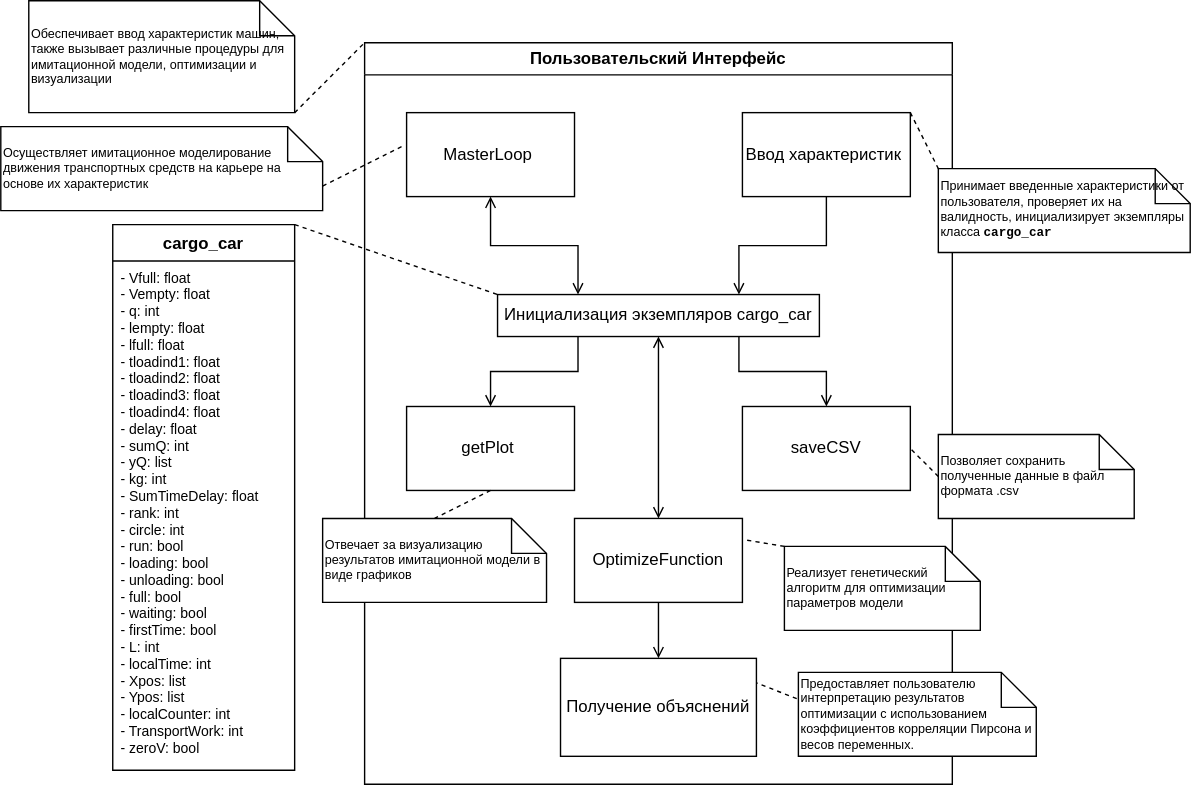
Before: схема.svg, a diagram exported from draw.io (alexzandermatveev/The_mine). Source tidied: cells renumbered, new cells last; positions are measured from the earlier drawing's top-left corner, leaving out a move shared by most shapes. Source of this version:
```xml
<mxGraphModel>
  <root>
    <mxCell id="0" />
    <mxCell id="1" parent="0" />
    <mxCell id="2" value="Пользовательский Интерфейс" style="swimlane;whiteSpace=wrap;html=1;" parent="1" vertex="1">
      <mxGeometry x="260" y="30" width="420" height="530" as="geometry" />
    </mxCell>
    <mxCell id="3" value="Ввод характеристик&amp;nbsp;" style="rounded=0;whiteSpace=wrap;html=1;" parent="2" vertex="1">
      <mxGeometry x="270" y="50" width="120" height="60" as="geometry" />
    </mxCell>
    <mxCell id="4" value="MasterLoop&amp;nbsp;" style="rounded=0;whiteSpace=wrap;html=1;" parent="2" vertex="1">
      <mxGeometry x="30" y="50" width="120" height="60" as="geometry" />
    </mxCell>
    <mxCell id="5" value="getPlot&amp;nbsp;" style="rounded=0;whiteSpace=wrap;html=1;" parent="2" vertex="1">
      <mxGeometry x="30" y="260" width="120" height="60" as="geometry" />
    </mxCell>
    <mxCell id="6" value="saveCSV" style="rounded=0;whiteSpace=wrap;html=1;" parent="2" vertex="1">
      <mxGeometry x="270" y="260" width="120" height="60" as="geometry" />
    </mxCell>
    <mxCell id="7" style="edgeStyle=orthogonalEdgeStyle;shape=connector;rounded=0;jettySize=auto;html=1;labelBackgroundColor=default;strokeColor=default;align=center;verticalAlign=middle;fontFamily=Helvetica;fontSize=11;fontColor=default;endArrow=open;endFill=0;" parent="2" edge="1" source="8" target="9">
      <mxGeometry relative="1" as="geometry" />
    </mxCell>
    <mxCell id="8" value="OptimizeFunction" style="rounded=0;whiteSpace=wrap;html=1;" parent="2" vertex="1">
      <mxGeometry x="150" y="340" width="120" height="60" as="geometry" />
    </mxCell>
    <mxCell id="9" value="Получение объяснений" style="rounded=0;whiteSpace=wrap;html=1;" parent="2" vertex="1">
      <mxGeometry x="140" y="440" width="140" height="70" as="geometry" />
    </mxCell>
    <mxCell id="10" value="Отвечает за визуализацию результатов имитационной модели в виде графиков" style="shape=note2;boundedLbl=1;whiteSpace=wrap;html=1;size=25;verticalAlign=middle;align=left;fontFamily=Helvetica;fontSize=9;fontColor=default;" parent="2" vertex="1">
      <mxGeometry x="-30" y="340" width="160" height="60" as="geometry" />
    </mxCell>
    <mxCell id="11" style="endArrow=none;dashed=1;html=1;rounded=0;labelBackgroundColor=default;strokeColor=default;align=center;verticalAlign=middle;fontFamily=Helvetica;fontSize=11;fontColor=default;shape=connector;entryX=0.5;entryY=0;entryDx=0;entryDy=0;exitX=0.5;exitY=1;exitDx=0;exitDy=0;entryPerimeter=0;" parent="2" edge="1" source="5" target="10">
      <mxGeometry relative="1" as="geometry" />
    </mxCell>
    <mxCell id="12" value="Реализует генетический алгоритм для оптимизации параметров модели" style="shape=note2;boundedLbl=1;whiteSpace=wrap;html=1;size=25;verticalAlign=middle;align=left;fontFamily=Helvetica;fontSize=9;fontColor=default;" parent="2" vertex="1">
      <mxGeometry x="300" y="360" width="140" height="60" as="geometry" />
    </mxCell>
    <mxCell id="13" style="endArrow=none;dashed=1;html=1;rounded=0;labelBackgroundColor=default;strokeColor=default;align=center;verticalAlign=middle;fontFamily=Helvetica;fontSize=11;fontColor=default;shape=connector;entryX=1;entryY=0.25;entryDx=0;entryDy=0;exitX=0;exitY=0;exitDx=0;exitDy=0;exitPerimeter=0;" parent="2" edge="1" source="12" target="8">
      <mxGeometry relative="1" as="geometry" />
    </mxCell>
    <mxCell id="14" value="Предоставляет пользователю интерпретацию результатов оптимизации с использованием коэффициентов корреляции Пирсона и весов переменных." style="shape=note2;boundedLbl=1;whiteSpace=wrap;html=1;size=25;verticalAlign=middle;align=left;fontFamily=Helvetica;fontSize=9;fontColor=default;" parent="2" vertex="1">
      <mxGeometry x="310" y="450" width="170" height="60" as="geometry" />
    </mxCell>
    <mxCell id="15" style="endArrow=none;dashed=1;html=1;rounded=0;labelBackgroundColor=default;strokeColor=default;align=center;verticalAlign=middle;fontFamily=Helvetica;fontSize=11;fontColor=default;shape=connector;entryX=1;entryY=0.25;entryDx=0;entryDy=0;exitX=-0.007;exitY=0.313;exitDx=0;exitDy=0;exitPerimeter=0;" parent="2" edge="1" source="14" target="9">
      <mxGeometry relative="1" as="geometry" />
    </mxCell>
    <mxCell id="16" value="Позволяет сохранить полученные данные в файл формата .csv" style="shape=note2;boundedLbl=1;whiteSpace=wrap;html=1;size=25;verticalAlign=middle;align=left;fontFamily=Helvetica;fontSize=9;fontColor=default;" parent="2" vertex="1">
      <mxGeometry x="410" y="280" width="140" height="60" as="geometry" />
    </mxCell>
    <mxCell id="17" style="endArrow=none;dashed=1;html=1;rounded=0;labelBackgroundColor=default;strokeColor=default;align=center;verticalAlign=middle;fontFamily=Helvetica;fontSize=11;fontColor=default;shape=connector;entryX=1;entryY=0.5;entryDx=0;entryDy=0;exitX=0;exitY=0.5;exitDx=0;exitDy=0;exitPerimeter=0;" parent="2" edge="1" source="16" target="6">
      <mxGeometry relative="1" as="geometry" />
    </mxCell>
    <mxCell id="18" value="Принимает введенные характеристики от пользователя, проверяет их на валидность, инициализирует экземпляры класса &lt;code style=&quot;border: 0px solid rgb(217, 217, 227); box-sizing: border-box; --tw-border-spacing-x: 0; --tw-border-spacing-y: 0; --tw-translate-x: 0; --tw-translate-y: 0; --tw-rotate: 0; --tw-skew-x: 0; --tw-skew-y: 0; --tw-scale-x: 1; --tw-scale-y: 1; --tw-pan-x: ; --tw-pan-y: ; --tw-pinch-zoom: ; --tw-scroll-snap-strictness: proximity; --tw-gradient-from-position: ; --tw-gradient-via-position: ; --tw-gradient-to-position: ; --tw-ordinal: ; --tw-slashed-zero: ; --tw-numeric-figure: ; --tw-numeric-spacing: ; --tw-numeric-fraction: ; --tw-ring-inset: ; --tw-ring-offset-width: 0px; --tw-ring-offset-color: #fff; --tw-ring-color: rgba(69,89,164,.5); --tw-ring-offset-shadow: 0 0 transparent; --tw-ring-shadow: 0 0 transparent; --tw-shadow: 0 0 transparent; --tw-shadow-colored: 0 0 transparent; --tw-blur: ; --tw-brightness: ; --tw-contrast: ; --tw-grayscale: ; --tw-hue-rotate: ; --tw-invert: ; --tw-saturate: ; --tw-sepia: ; --tw-drop-shadow: ; --tw-backdrop-blur: ; --tw-backdrop-brightness: ; --tw-backdrop-contrast: ; --tw-backdrop-grayscale: ; --tw-backdrop-hue-rotate: ; --tw-backdrop-invert: ; --tw-backdrop-opacity: ; --tw-backdrop-saturate: ; --tw-backdrop-sepia: ; font-size: 9px; color: var(--tw-prose-code); font-weight: 600; font-family: &amp;quot;Söhne Mono&amp;quot;, Monaco, &amp;quot;Andale Mono&amp;quot;, &amp;quot;Ubuntu Mono&amp;quot;, monospace !important;&quot;&gt;cargo_car&lt;/code&gt;" style="shape=note2;boundedLbl=1;whiteSpace=wrap;html=1;size=25;verticalAlign=middle;align=left;fontFamily=Helvetica;fontSize=9;fontColor=default;" parent="2" vertex="1">
      <mxGeometry x="410" y="90" width="180" height="60" as="geometry" />
    </mxCell>
    <mxCell id="19" style="endArrow=none;dashed=1;html=1;rounded=0;labelBackgroundColor=default;strokeColor=default;align=center;verticalAlign=middle;fontFamily=Helvetica;fontSize=11;fontColor=default;shape=connector;entryX=0;entryY=0;entryDx=0;entryDy=0;exitX=1;exitY=0;exitDx=0;exitDy=0;entryPerimeter=0;" parent="2" edge="1" source="3" target="18">
      <mxGeometry relative="1" as="geometry" />
    </mxCell>
    <mxCell id="20" value="cargo_car" style="swimlane;fontStyle=1;align=center;verticalAlign=top;horizontal=1;startSize=26;whiteSpace=wrap;html=1;" parent="1" vertex="1">
      <mxGeometry x="80" y="160" width="130" height="390" as="geometry" />
    </mxCell>
    <mxCell id="21" value="&lt;div style=&quot;border-color: var(--border-color); font-size: 10px;&quot;&gt;- Vfull: float&lt;/div&gt;&lt;div style=&quot;border-color: var(--border-color); font-size: 10px;&quot;&gt;- Vempty: float&amp;nbsp; &amp;nbsp;&lt;/div&gt;&lt;div style=&quot;border-color: var(--border-color); font-size: 10px;&quot;&gt;- q: int&amp;nbsp; &amp;nbsp;&amp;nbsp;&lt;/div&gt;&lt;div style=&quot;border-color: var(--border-color); font-size: 10px;&quot;&gt;- lempty: float&amp;nbsp; &amp;nbsp;&lt;/div&gt;&lt;div style=&quot;border-color: var(--border-color); font-size: 10px;&quot;&gt;- lfull: float&amp;nbsp; &amp;nbsp;&amp;nbsp;&lt;/div&gt;&lt;div style=&quot;border-color: var(--border-color); font-size: 10px;&quot;&gt;- tloadind1: float&lt;/div&gt;&lt;div style=&quot;border-color: var(--border-color); font-size: 10px;&quot;&gt;- tloadind2: float&lt;/div&gt;&lt;div style=&quot;border-color: var(--border-color); font-size: 10px;&quot;&gt;- tloadind3: float&lt;/div&gt;&lt;div style=&quot;border-color: var(--border-color); font-size: 10px;&quot;&gt;- tloadind4: float&lt;/div&gt;&lt;div style=&quot;border-color: var(--border-color); font-size: 10px;&quot;&gt;- delay: float&amp;nbsp; &amp;nbsp;&amp;nbsp;&lt;/div&gt;&lt;div style=&quot;border-color: var(--border-color); font-size: 10px;&quot;&gt;- sumQ: int&amp;nbsp;&lt;/div&gt;&lt;div style=&quot;border-color: var(--border-color); font-size: 10px;&quot;&gt;- yQ: list&amp;nbsp;&amp;nbsp;&lt;/div&gt;&lt;div style=&quot;border-color: var(--border-color); font-size: 10px;&quot;&gt;- kg: int&amp;nbsp; &amp;nbsp;&lt;/div&gt;&lt;div style=&quot;border-color: var(--border-color); font-size: 10px;&quot;&gt;- SumTimeDelay: float&lt;/div&gt;&lt;div style=&quot;border-color: var(--border-color); font-size: 10px;&quot;&gt;- rank: int&amp;nbsp;&lt;/div&gt;&lt;div style=&quot;border-color: var(--border-color); font-size: 10px;&quot;&gt;- circle: int&amp;nbsp; &amp;nbsp; &amp;nbsp;&lt;/div&gt;&lt;div style=&quot;border-color: var(--border-color); font-size: 10px;&quot;&gt;- run: bool&amp;nbsp;&lt;/div&gt;&lt;div style=&quot;border-color: var(--border-color); font-size: 10px;&quot;&gt;- loading: bool&amp;nbsp; &amp;nbsp;&lt;/div&gt;&lt;div style=&quot;border-color: var(--border-color); font-size: 10px;&quot;&gt;- unloading: bool&amp;nbsp;&lt;/div&gt;&lt;div style=&quot;border-color: var(--border-color); font-size: 10px;&quot;&gt;- full: bool&lt;/div&gt;&lt;div style=&quot;border-color: var(--border-color); font-size: 10px;&quot;&gt;- waiting: bool&amp;nbsp;&lt;/div&gt;&lt;div style=&quot;border-color: var(--border-color); font-size: 10px;&quot;&gt;- firstTime: bool&lt;/div&gt;&lt;div style=&quot;border-color: var(--border-color); font-size: 10px;&quot;&gt;- L: int&lt;/div&gt;&lt;div style=&quot;border-color: var(--border-color); font-size: 10px;&quot;&gt;- localTime: int&lt;/div&gt;&lt;div style=&quot;border-color: var(--border-color); font-size: 10px;&quot;&gt;- Xpos: list&lt;/div&gt;&lt;div style=&quot;border-color: var(--border-color); font-size: 10px;&quot;&gt;- Ypos: list&lt;/div&gt;&lt;div style=&quot;border-color: var(--border-color); font-size: 10px;&quot;&gt;- localCounter: int&lt;/div&gt;&lt;div style=&quot;border-color: var(--border-color); font-size: 10px;&quot;&gt;- TransportWork: int&lt;/div&gt;&lt;div style=&quot;border-color: var(--border-color); font-size: 10px;&quot;&gt;- zeroV: bool&lt;/div&gt;" style="text;strokeColor=none;fillColor=none;align=left;verticalAlign=top;spacingLeft=4;spacingRight=4;overflow=hidden;whiteSpace=wrap;html=1;fontSize=10;" parent="20" vertex="1">
      <mxGeometry y="26" width="130" height="364" as="geometry" />
    </mxCell>
    <mxCell id="22" style="endArrow=none;dashed=1;html=1;rounded=0;labelBackgroundColor=default;strokeColor=default;align=center;verticalAlign=middle;fontFamily=Helvetica;fontSize=11;fontColor=default;shape=connector;entryX=0;entryY=0;entryDx=0;entryDy=0;exitX=1;exitY=0;exitDx=0;exitDy=0;" parent="1" edge="1" source="20" target="24">
      <mxGeometry relative="1" as="geometry" />
    </mxCell>
    <mxCell id="23" value="Обеспечивает ввод характеристик машин, также вызывает различные процедуры для имитационной модели, оптимизации и визуализации" style="shape=note2;boundedLbl=1;whiteSpace=wrap;html=1;size=25;verticalAlign=middle;align=left;fontFamily=Helvetica;fontSize=9;fontColor=default;" parent="1" vertex="1">
      <mxGeometry x="20" width="190" height="80" as="geometry" />
    </mxCell>
    <mxCell id="24" value="Инициализация экземпляров cargo_car" style="rounded=0;whiteSpace=wrap;html=1;" parent="1" vertex="1">
      <mxGeometry x="355" y="210" width="230" height="30" as="geometry" />
    </mxCell>
    <mxCell id="25" style="edgeStyle=orthogonalEdgeStyle;shape=connector;rounded=0;jettySize=auto;html=1;labelBackgroundColor=default;strokeColor=default;align=center;verticalAlign=middle;fontFamily=Helvetica;fontSize=11;fontColor=default;endArrow=open;endFill=0;entryX=0.5;entryY=0;entryDx=0;entryDy=0;exitX=0.75;exitY=1;exitDx=0;exitDy=0;" parent="1" edge="1" source="24" target="6">
      <mxGeometry relative="1" as="geometry" />
    </mxCell>
    <mxCell id="26" style="edgeStyle=orthogonalEdgeStyle;shape=connector;rounded=0;jettySize=auto;html=1;labelBackgroundColor=default;strokeColor=default;align=center;verticalAlign=middle;fontFamily=Helvetica;fontSize=11;fontColor=default;endArrow=open;endFill=0;entryX=0.5;entryY=0;entryDx=0;entryDy=0;exitX=0.25;exitY=1;exitDx=0;exitDy=0;" parent="1" edge="1" source="24" target="5">
      <mxGeometry relative="1" as="geometry" />
    </mxCell>
    <mxCell id="27" style="edgeStyle=orthogonalEdgeStyle;shape=connector;rounded=0;jettySize=auto;html=1;labelBackgroundColor=default;strokeColor=default;align=center;verticalAlign=middle;fontFamily=Helvetica;fontSize=11;fontColor=default;endArrow=open;endFill=0;entryX=0.25;entryY=0;entryDx=0;entryDy=0;startArrow=open;startFill=0;" parent="1" edge="1" source="4" target="24">
      <mxGeometry relative="1" as="geometry" />
    </mxCell>
    <mxCell id="28" style="edgeStyle=orthogonalEdgeStyle;rounded=0;jettySize=auto;html=1;entryX=0.75;entryY=0;entryDx=0;entryDy=0;endArrow=open;endFill=0;" parent="1" edge="1" source="3" target="24">
      <mxGeometry relative="1" as="geometry" />
    </mxCell>
    <mxCell id="29" style="edgeStyle=orthogonalEdgeStyle;shape=connector;rounded=0;jettySize=auto;html=1;labelBackgroundColor=default;strokeColor=default;align=center;verticalAlign=middle;fontFamily=Helvetica;fontSize=11;fontColor=default;endArrow=open;endFill=0;entryX=0.5;entryY=1;entryDx=0;entryDy=0;startArrow=open;startFill=0;" parent="1" edge="1" source="8" target="24">
      <mxGeometry relative="1" as="geometry" />
    </mxCell>
    <mxCell id="30" style="endArrow=none;dashed=1;html=1;rounded=0;labelBackgroundColor=default;strokeColor=default;align=center;verticalAlign=middle;fontFamily=Helvetica;fontSize=11;fontColor=default;shape=connector;entryX=0;entryY=0;entryDx=0;entryDy=0;exitX=1;exitY=1;exitDx=0;exitDy=0;exitPerimeter=0;" parent="1" edge="1" source="23" target="2">
      <mxGeometry relative="1" as="geometry" />
    </mxCell>
    <mxCell id="31" value="Осуществляет имитационное моделирование движения транспортных средств на карьере на основе их характеристик" style="shape=note2;boundedLbl=1;whiteSpace=wrap;html=1;size=25;verticalAlign=middle;align=left;fontFamily=Helvetica;fontSize=9;fontColor=default;" parent="1" vertex="1">
      <mxGeometry y="90" width="230" height="60" as="geometry" />
    </mxCell>
    <mxCell id="32" style="endArrow=none;dashed=1;html=1;rounded=0;labelBackgroundColor=default;strokeColor=default;align=center;verticalAlign=middle;fontFamily=Helvetica;fontSize=11;fontColor=default;shape=connector;entryX=-0.017;entryY=0.393;entryDx=0;entryDy=0;exitX=0;exitY=0;exitDx=230;exitDy=42.5;exitPerimeter=0;entryPerimeter=0;" parent="1" edge="1" source="31" target="4">
      <mxGeometry relative="1" as="geometry" />
    </mxCell>
  </root>
</mxGraphModel>
```
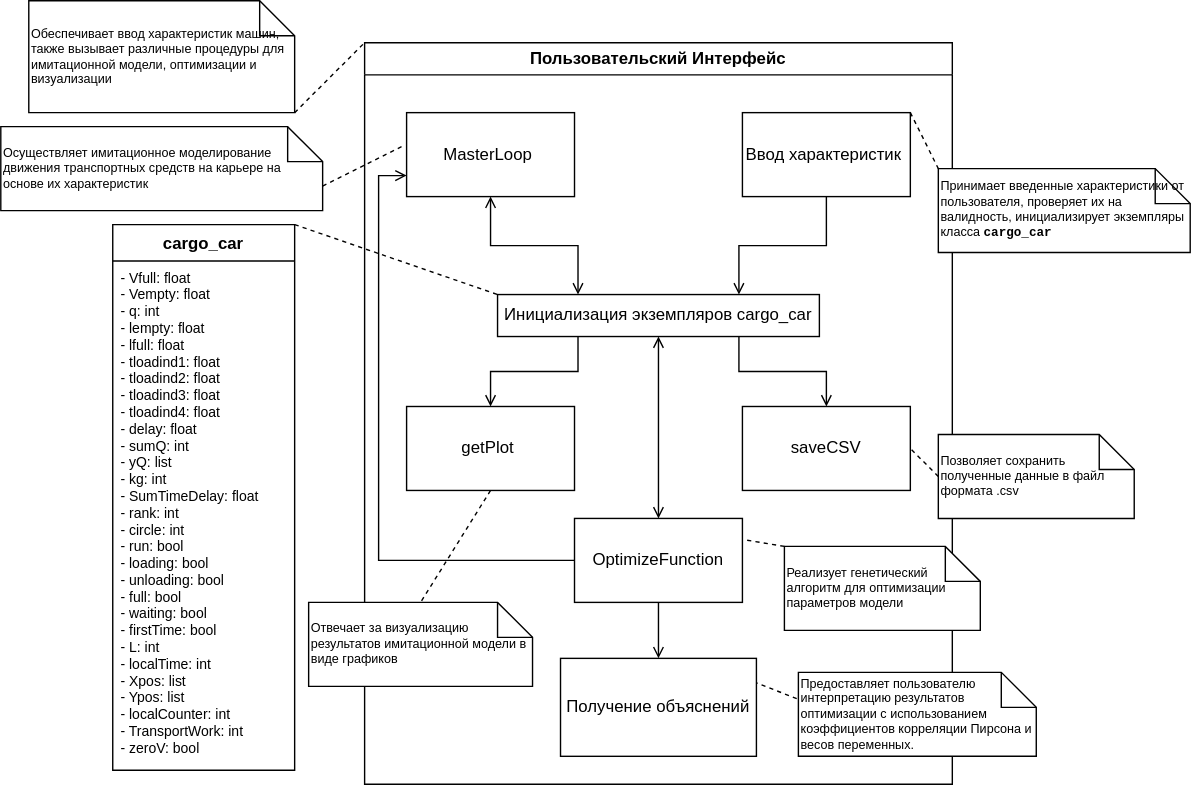
Later version of the same file.

Diff of the diagram source:
```diff
@@ -20,6 +20,9 @@
     <mxCell id="7" style="edgeStyle=orthogonalEdgeStyle;shape=connector;rounded=0;jettySize=auto;html=1;labelBackgroundColor=default;strokeColor=default;align=center;verticalAlign=middle;fontFamily=Helvetica;fontSize=11;fontColor=default;endArrow=open;endFill=0;" parent="2" edge="1" source="8" target="9">
       <mxGeometry relative="1" as="geometry" />
     </mxCell>
+    <mxCell id="33" style="edgeStyle=orthogonalEdgeStyle;shape=connector;rounded=0;jettySize=auto;html=1;labelBackgroundColor=default;strokeColor=default;align=center;verticalAlign=middle;fontFamily=Helvetica;fontSize=11;fontColor=default;endArrow=open;endFill=0;entryX=0;entryY=0.75;entryDx=0;entryDy=0;exitX=0;exitY=0.5;exitDx=0;exitDy=0;" parent="2" edge="1" source="8" target="4">
+      <mxGeometry relative="1" as="geometry" />
+    </mxCell>
     <mxCell id="8" value="OptimizeFunction" style="rounded=0;whiteSpace=wrap;html=1;" parent="2" vertex="1">
       <mxGeometry x="150" y="340" width="120" height="60" as="geometry" />
     </mxCell>
@@ -27,7 +30,7 @@
       <mxGeometry x="140" y="440" width="140" height="70" as="geometry" />
     </mxCell>
     <mxCell id="10" value="Отвечает за визуализацию результатов имитационной модели в виде графиков" style="shape=note2;boundedLbl=1;whiteSpace=wrap;html=1;size=25;verticalAlign=middle;align=left;fontFamily=Helvetica;fontSize=9;fontColor=default;" parent="2" vertex="1">
-      <mxGeometry x="-30" y="340" width="160" height="60" as="geometry" />
+      <mxGeometry x="-40" y="400" width="160" height="60" as="geometry" />
     </mxCell>
     <mxCell id="11" style="endArrow=none;dashed=1;html=1;rounded=0;labelBackgroundColor=default;strokeColor=default;align=center;verticalAlign=middle;fontFamily=Helvetica;fontSize=11;fontColor=default;shape=connector;entryX=0.5;entryY=0;entryDx=0;entryDy=0;exitX=0.5;exitY=1;exitDx=0;exitDy=0;entryPerimeter=0;" parent="2" edge="1" source="5" target="10">
       <mxGeometry relative="1" as="geometry" />
```
